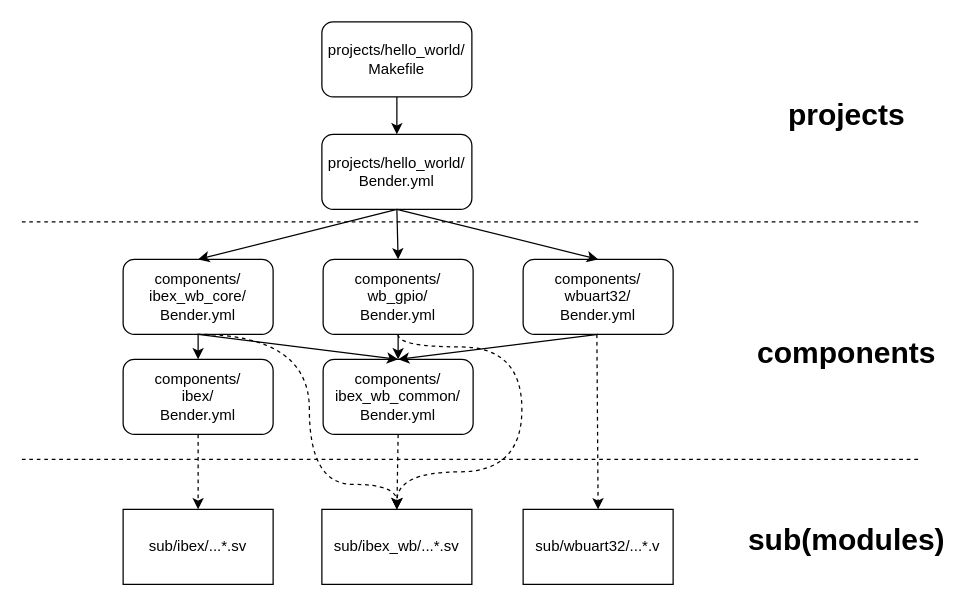
This is docs/assets/Project_Build_Diagram.drawio from epsilon537/boxlambda, a draw.io file, before an edit. Source tidied: cells renumbered, new cells numbered last; positions are measured from the earlier drawing's top-left corner, leaving out a move shared by most shapes. Both pictures are drawn from the tidied source at 125%, with x=0, y=0 at pixel (21, 21).
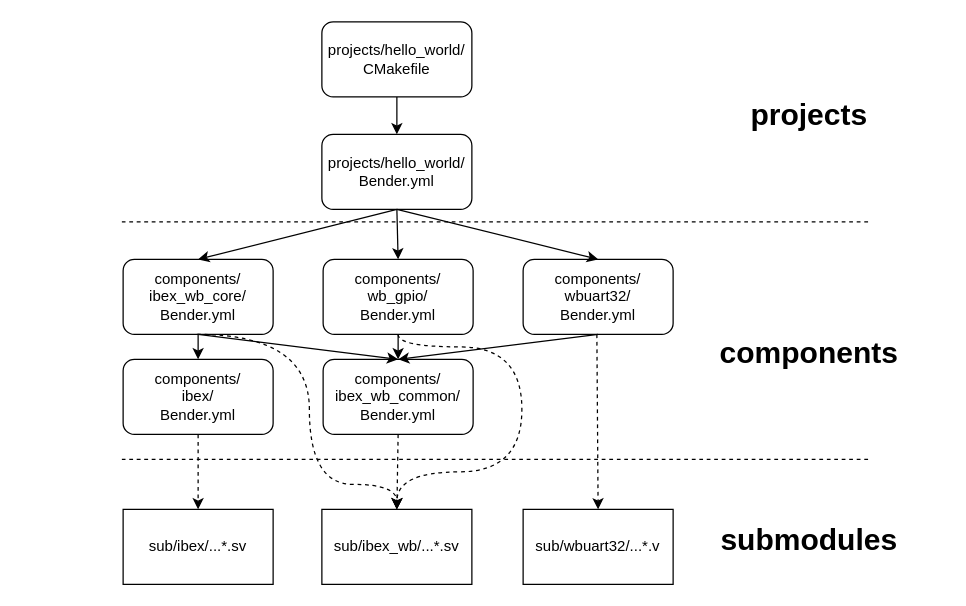
Above is the later version.

What changed in the source:
```diff
@@
-    <mxCell id="3" value="projects/hello_world/&lt;br&gt;Makefile" style="rounded=1;whiteSpace=wrap;html=1;" parent="1" vertex="1">
+    <mxCell id="3" value="projects/hello_world/&lt;br&gt;CMakefile" style="rounded=1;whiteSpace=wrap;html=1;" parent="1" vertex="1">
       <mxGeometry x="240" width="120" height="60" as="geometry" />
     </mxCell>
@@
     <mxCell id="25" style="endArrow=none;dashed=1;html=1;rounded=0;targetPerimeterSpacing=14;strokeWidth=1;curved=1;" parent="1" edge="1">
       <mxGeometry relative="1" as="geometry">
-        <mxPoint y="160" as="sourcePoint" />
-        <mxPoint x="720" y="160" as="targetPoint" />
+        <mxPoint x="80" y="160" as="sourcePoint" />
+        <mxPoint x="680" y="160" as="targetPoint" />
       </mxGeometry>
     </mxCell>
     <mxCell id="26" style="endArrow=none;dashed=1;html=1;rounded=0;targetPerimeterSpacing=14;strokeWidth=1;curved=1;" parent="1" edge="1">
       <mxGeometry relative="1" as="geometry">
-        <mxPoint y="350" as="sourcePoint" />
-        <mxPoint x="720" y="350" as="targetPoint" />
+        <mxPoint x="80" y="350" as="sourcePoint" />
+        <mxPoint x="680" y="350" as="targetPoint" />
       </mxGeometry>
     </mxCell>
     <mxCell id="27" value="projects" style="text;html=1;strokeColor=none;fillColor=none;align=center;verticalAlign=middle;whiteSpace=wrap;rounded=0;fontStyle=1;fontSize=24;" parent="1" vertex="1">
-      <mxGeometry x="630" y="60" width="60" height="30" as="geometry" />
+      <mxGeometry x="600" y="60" width="60" height="30" as="geometry" />
     </mxCell>
     <mxCell id="28" value="components" style="text;html=1;strokeColor=none;fillColor=none;align=center;verticalAlign=middle;whiteSpace=wrap;rounded=0;fontStyle=1;fontSize=24;" parent="1" vertex="1">
-      <mxGeometry x="630" y="250" width="60" height="30" as="geometry" />
+      <mxGeometry x="600" y="250" width="60" height="30" as="geometry" />
     </mxCell>
-    <mxCell id="29" value="sub(modules)" style="text;html=1;strokeColor=none;fillColor=none;align=center;verticalAlign=middle;whiteSpace=wrap;rounded=0;fontStyle=1;fontSize=24;" parent="1" vertex="1">
-      <mxGeometry x="630" y="400" width="60" height="30" as="geometry" />
+    <mxCell id="29" value="submodules" style="text;html=1;strokeColor=none;fillColor=none;align=center;verticalAlign=middle;whiteSpace=wrap;rounded=0;fontStyle=1;fontSize=24;" parent="1" vertex="1">
+      <mxGeometry x="600" y="400" width="60" height="30" as="geometry" />
     </mxCell>
```
